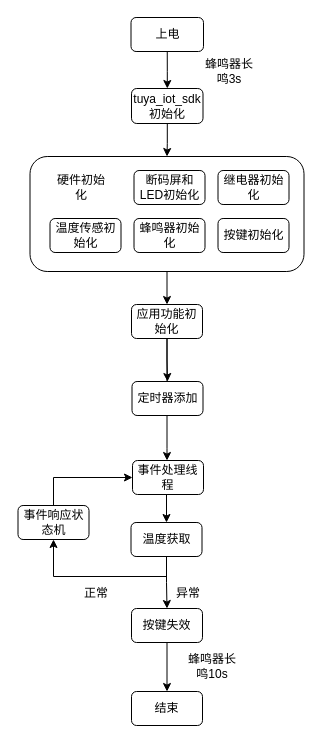
Above: heater_flow_v1.drawio in JeffYec/Jeff (draw.io), before the change. Source tidied: cells renumbered, new cells numbered last; positions are measured from the earlier drawing's top-left corner, leaving out a move shared by most shapes. Both pictures are drawn from the tidied source at 100%, with x=0, y=0 at pixel (17, 17).
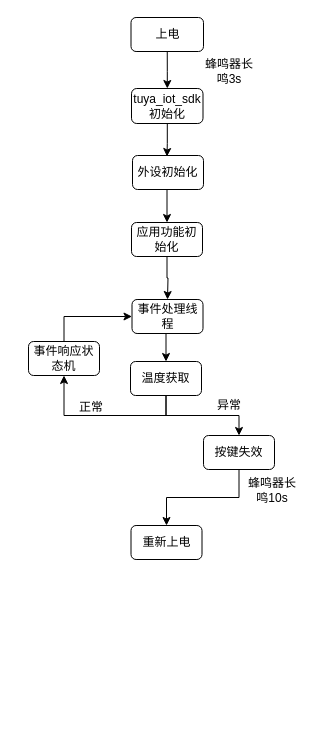
Above is the later version.

The change refers to these unchanged cells:
```xml
<mxCell id="9" value="tuya_iot_sdk初始化" style="rounded=1;whiteSpace=wrap;html=1;" parent="1" vertex="1">
  <mxGeometry x="114" y="71" width="71.5" height="35" as="geometry" />
</mxCell>
```

What changed in the source:
```diff
@@
-    <mxCell id="4" value="继电器初始化" style="rounded=1;whiteSpace=wrap;html=1;" parent="1" vertex="1">
-      <mxGeometry x="200.5" y="153" width="71" height="34" as="geometry" />
-    </mxCell>
-    <mxCell id="5" value="断码屏和LED初始化" style="rounded=1;whiteSpace=wrap;html=1;" parent="1" vertex="1">
-      <mxGeometry x="116.5" y="153" width="71" height="34" as="geometry" />
-    </mxCell>
-    <mxCell id="6" value="温度传感初始化" style="rounded=1;whiteSpace=wrap;html=1;" parent="1" vertex="1">
-      <mxGeometry x="32.5" y="201" width="71" height="34" as="geometry" />
-    </mxCell>
-    <mxCell id="7" value="蜂鸣器初始化" style="rounded=1;whiteSpace=wrap;html=1;" parent="1" vertex="1">
-      <mxGeometry x="116.5" y="201" width="71" height="34" as="geometry" />
-    </mxCell>
-    <mxCell id="8" style="edgeStyle=orthogonalEdgeStyle;rounded=0;jettySize=auto;html=1;" parent="1" edge="1" source="9" target="12">
-      <mxGeometry relative="1" as="geometry" />
+    <mxCell id="8" style="edgeStyle=orthogonalEdgeStyle;rounded=0;jettySize=auto;html=1;" parent="1" edge="1" source="9">
+      <mxGeometry relative="1" as="geometry">
+        <mxPoint x="149.5" y="139" as="targetPoint" />
+      </mxGeometry>
     </mxCell>
@@
-    <mxCell id="10" value="硬件初始化" style="text;html=1;strokeColor=none;fillColor=none;align=center;verticalAlign=middle;whiteSpace=wrap;rounded=0;" parent="1" vertex="1">
-      <mxGeometry x="34" y="155" width="60" height="30" as="geometry" />
-    </mxCell>
-    <mxCell id="11" style="edgeStyle=orthogonalEdgeStyle;rounded=0;jettySize=auto;html=1;exitX=0.5;exitY=1;exitDx=0;exitDy=0;entryX=0.5;entryY=0;entryDx=0;entryDy=0;" parent="1" edge="1" source="12" target="17">
-      <mxGeometry relative="1" as="geometry" />
+    <mxCell id="11" style="edgeStyle=orthogonalEdgeStyle;rounded=0;jettySize=auto;html=1;exitX=0.5;exitY=1;exitDx=0;exitDy=0;entryX=0.5;entryY=0;entryDx=0;entryDy=0;" parent="1" edge="1" target="17">
+      <mxGeometry relative="1" as="geometry">
+        <mxPoint x="149.5" y="172" as="sourcePoint" />
+      </mxGeometry>
     </mxCell>
-    <mxCell id="12" style="rounded=1;whiteSpace=wrap;html=1;fillColor=none;" parent="1" vertex="1">
-      <mxGeometry x="12.5" y="139" width="274" height="115" as="geometry" />
-    </mxCell>
@@
-    <mxCell id="14" value="结束" style="rounded=1;whiteSpace=wrap;html=1;" parent="1" vertex="1">
-      <mxGeometry x="114" y="674" width="71" height="34" as="geometry" />
+    <mxCell id="14" value="重新上电" style="rounded=1;whiteSpace=wrap;html=1;" parent="1" vertex="1">
+      <mxGeometry x="113.5" y="508" width="71" height="34" as="geometry" />
     </mxCell>
-    <mxCell id="15" style="edgeStyle=orthogonalEdgeStyle;rounded=0;jettySize=auto;html=1;exitX=0.5;exitY=1;exitDx=0;exitDy=0;entryX=0.5;entryY=0;entryDx=0;entryDy=0;" parent="1" edge="1" source="17" target="18">
-      <mxGeometry relative="1" as="geometry" />
+    <mxCell id="15" style="edgeStyle=orthogonalEdgeStyle;rounded=0;jettySize=auto;html=1;exitX=0.5;exitY=1;exitDx=0;exitDy=0;entryX=0.5;entryY=0;entryDx=0;entryDy=0;" parent="1" edge="1" source="17">
+      <mxGeometry relative="1" as="geometry">
+        <mxPoint x="150" y="282" as="targetPoint" />
+      </mxGeometry>
     </mxCell>
-    <mxCell id="16" style="edgeStyle=orthogonalEdgeStyle;rounded=0;jettySize=auto;html=1;exitX=0.5;exitY=1;exitDx=0;exitDy=0;" parent="1" edge="1" source="17" target="20">
-      <mxGeometry relative="1" as="geometry">
-        <Array as="points">
-          <mxPoint x="149" y="431" />
-          <mxPoint x="149" y="431" />
-        </Array>
-      </mxGeometry>
-    </mxCell>
     <mxCell id="17" value="应用功能初始化" style="rounded=1;whiteSpace=wrap;html=1;" parent="1" vertex="1">
-      <mxGeometry x="114" y="287" width="71" height="34" as="geometry" />
+      <mxGeometry x="114" y="205" width="71" height="34" as="geometry" />
     </mxCell>
-    <mxCell id="18" value="定时器添加" style="rounded=1;whiteSpace=wrap;html=1;" parent="1" vertex="1">
-      <mxGeometry x="114.5" y="364" width="71" height="34" as="geometry" />
-    </mxCell>
@@
     <mxCell id="20" value="事件处理线程" style="rounded=1;whiteSpace=wrap;html=1;" parent="1" vertex="1">
-      <mxGeometry x="115" y="443" width="71" height="34" as="geometry" />
+      <mxGeometry x="114.5" y="282" width="71" height="34" as="geometry" />
     </mxCell>
@@
     <mxCell id="23" value="温度获取" style="rounded=1;whiteSpace=wrap;html=1;" parent="1" vertex="1">
-      <mxGeometry x="113.5" y="505" width="71" height="34" as="geometry" />
+      <mxGeometry x="113" y="344" width="71" height="34" as="geometry" />
     </mxCell>
@@
     <mxCell id="25" value="事件响应状态机" style="rounded=1;whiteSpace=wrap;html=1;" parent="1" vertex="1">
-      <mxGeometry x="0.5" y="488" width="71" height="34" as="geometry" />
+      <mxGeometry x="11" y="324" width="71" height="34" as="geometry" />
     </mxCell>
     <mxCell id="26" value="异常" style="text;html=1;strokeColor=none;fillColor=none;align=center;verticalAlign=middle;whiteSpace=wrap;rounded=0;shadow=0;" parent="1" vertex="1">
-      <mxGeometry x="141" y="561" width="60" height="30" as="geometry" />
+      <mxGeometry x="182" y="373" width="60" height="30" as="geometry" />
     </mxCell>
     <mxCell id="27" value="正常" style="text;html=1;strokeColor=none;fillColor=none;align=center;verticalAlign=middle;whiteSpace=wrap;rounded=0;shadow=0;" parent="1" vertex="1">
-      <mxGeometry x="49" y="561" width="60" height="30" as="geometry" />
+      <mxGeometry x="44" y="375" width="60" height="30" as="geometry" />
     </mxCell>
@@
     <mxCell id="29" value="按键失效" style="rounded=1;whiteSpace=wrap;html=1;" parent="1" vertex="1">
-      <mxGeometry x="114" y="591" width="71" height="34" as="geometry" />
+      <mxGeometry x="186" y="418" width="71" height="34" as="geometry" />
     </mxCell>
     <mxCell id="30" value="蜂鸣器长鸣10s" style="text;html=1;strokeColor=none;fillColor=none;align=center;verticalAlign=middle;whiteSpace=wrap;rounded=0;shadow=0;" parent="1" vertex="1">
-      <mxGeometry x="165" y="634" width="60" height="30" as="geometry" />
+      <mxGeometry x="224.5" y="458" width="60" height="30" as="geometry" />
     </mxCell>
-    <mxCell id="31" value="按键初始化" style="rounded=1;whiteSpace=wrap;html=1;" parent="1" vertex="1">
-      <mxGeometry x="200.5" y="201" width="71" height="34" as="geometry" />
-    </mxCell>
+    <mxCell id="32" value="外设初始化" style="rounded=1;whiteSpace=wrap;html=1;" parent="1" vertex="1">
+      <mxGeometry x="115" y="138" width="71" height="34" as="geometry" />
+    </mxCell>
```
